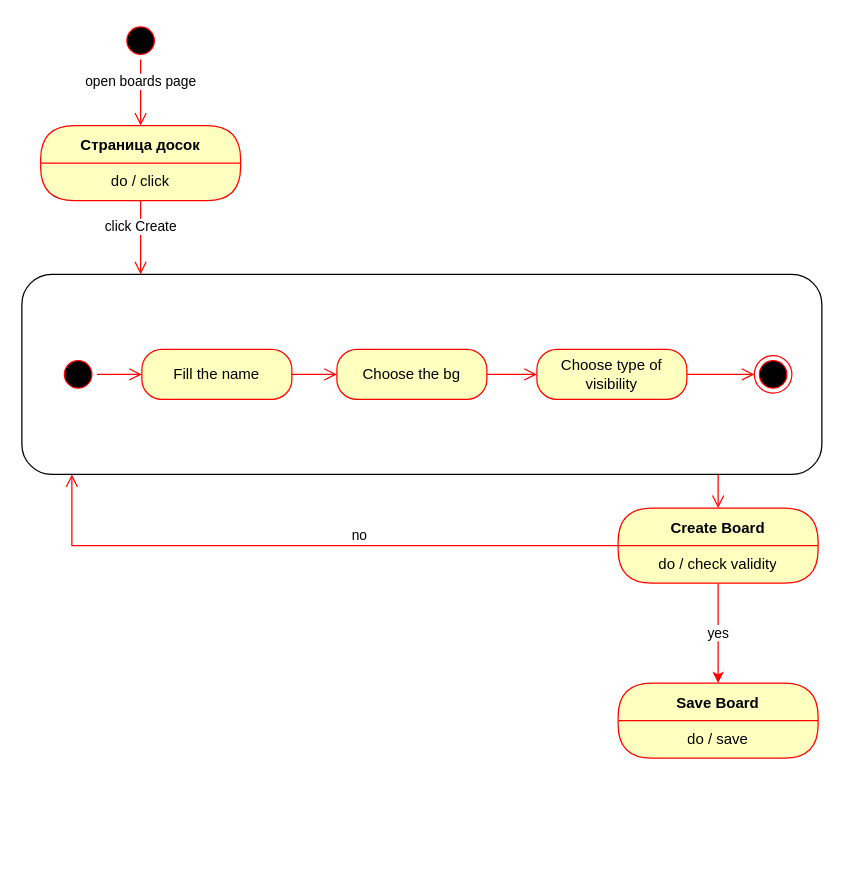
Earlier version of the draw.io diagram state.drawio (StanEkso/kanban-projecting). Source tidied: cells renumbered, new cells numbered last; positions are measured from the earlier drawing's top-left corner, leaving out a move shared by most shapes. Both pictures are drawn from the tidied source at 125%, with x=0, y=0 at pixel (21, 21).
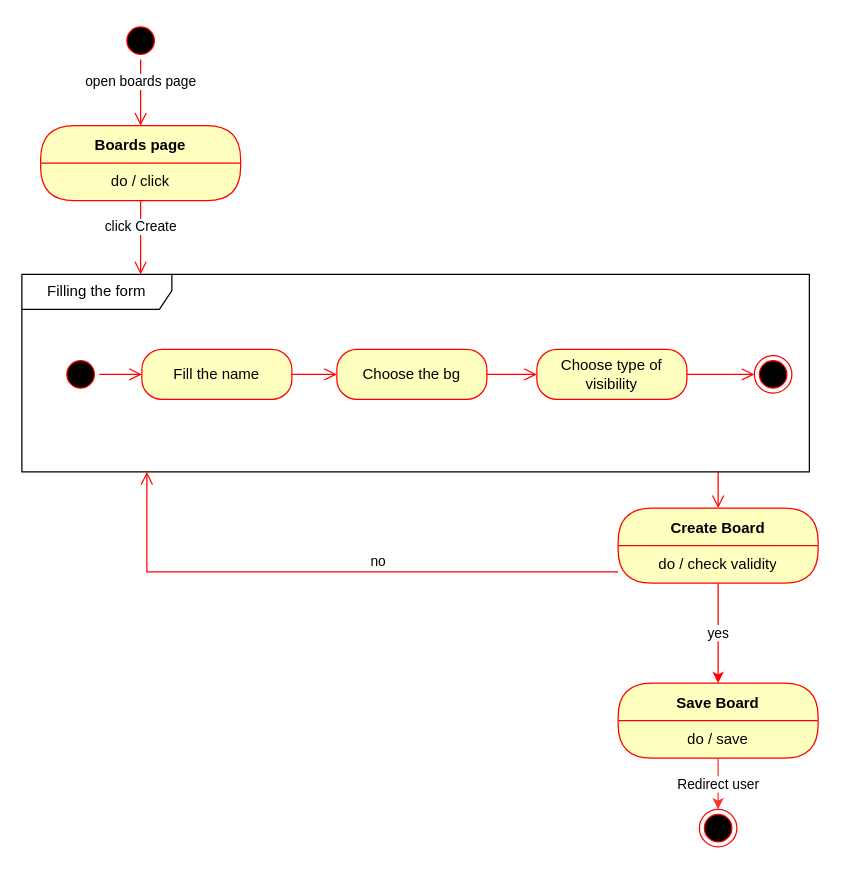
Above is the later version.

Commit message:
feat: finish state diagram

The change refers to these unchanged cells:
```xml
<mxCell id="18" value="Create Board" style="swimlane;fontStyle=1;align=center;verticalAlign=middle;horizontal=1;startSize=30;fontColor=#000000;rounded=1;arcSize=30;strokeColor=#ff0000;fillColor=#ffffc0;swimlaneFillColor=#ffffc0;" parent="1" vertex="1">
  <mxGeometry x="477" y="389" width="160" height="60" as="geometry" />
</mxCell>
<mxCell id="24" value="do / save" style="text;html=1;strokeColor=none;fillColor=none;align=center;verticalAlign=middle;spacingLeft=4;spacingRight=4;whiteSpace=wrap;overflow=hidden;fontColor=#000000;" parent="23" vertex="1">
  <mxGeometry y="30" width="160" height="30" as="geometry" />
</mxCell>
```

The edit, as a diff of the source:
```diff
@@
-    <mxCell id="2" value="Страница досок" style="swimlane;fontStyle=1;align=center;verticalAlign=middle;horizontal=1;startSize=30;fontColor=#000000;rounded=1;arcSize=30;strokeColor=#ff0000;fillColor=#ffffc0;swimlaneFillColor=#ffffc0;" parent="1" vertex="1">
+    <mxCell id="2" value="Boards page" style="swimlane;fontStyle=1;align=center;verticalAlign=middle;horizontal=1;startSize=30;fontColor=#000000;rounded=1;arcSize=30;strokeColor=#ff0000;fillColor=#ffffc0;swimlaneFillColor=#ffffc0;" parent="1" vertex="1">
       <mxGeometry x="15" y="83" width="160" height="60" as="geometry" />
     </mxCell>
@@
-    <mxCell id="4" value="click Create" style="edgeStyle=orthogonalEdgeStyle;html=1;verticalAlign=bottom;endArrow=open;endSize=8;strokeColor=#ff0000;rounded=0;" parent="1" edge="1" source="2" target="7">
+    <mxCell id="4" value="click Create" style="edgeStyle=orthogonalEdgeStyle;html=1;verticalAlign=bottom;endArrow=open;endSize=8;strokeColor=#ff0000;rounded=0;" parent="1" edge="1" source="2">
       <mxGeometry relative="1" as="geometry">
+        <mxPoint x="95" y="202" as="targetPoint" />
         <Array as="points">
           <mxPoint x="95" y="190" />
           <mxPoint x="95" y="190" />
         </Array>
       </mxGeometry>
     </mxCell>
@@
-    <mxCell id="7" style="rounded=1;whiteSpace=wrap;html=1;fillColor=none;" parent="1" vertex="1">
-      <mxGeometry y="202" width="640" height="160" as="geometry" />
-    </mxCell>
     <mxCell id="8" style="ellipse;html=1;shape=startState;fillColor=#000000;strokeColor=#ff0000;" parent="1" vertex="1">
-      <mxGeometry x="30" y="267" width="30" height="30" as="geometry" />
+      <mxGeometry x="32" y="267" width="30" height="30" as="geometry" />
     </mxCell>
@@
-    <mxCell id="21" value="no" style="edgeStyle=orthogonalEdgeStyle;html=1;verticalAlign=bottom;endArrow=open;endSize=8;strokeColor=#ff0000;rounded=0;" parent="1" edge="1" source="18" target="7">
+    <mxCell id="21" value="no" style="edgeStyle=orthogonalEdgeStyle;html=1;verticalAlign=bottom;endArrow=open;endSize=8;strokeColor=#ff0000;rounded=0;" parent="1" edge="1" source="18" target="28">
       <mxGeometry x="-0.16" y="1" relative="1" as="geometry">
         <Array as="points">
-          <mxPoint x="40" y="419" />
+          <mxPoint x="100" y="440" />
         </Array>
       </mxGeometry>
     </mxCell>
-    <mxCell id="22" style="edgeStyle=orthogonalEdgeStyle;html=1;verticalAlign=bottom;endArrow=open;endSize=8;strokeColor=#ff0000;rounded=0;" parent="1" edge="1" source="7" target="18">
+    <mxCell id="22" style="edgeStyle=orthogonalEdgeStyle;html=1;verticalAlign=bottom;endArrow=open;endSize=8;strokeColor=#ff0000;rounded=0;" parent="1" edge="1" source="28" target="18">
       <mxGeometry relative="1" as="geometry">
         <Array as="points">
-          <mxPoint x="557" y="383" />
-          <mxPoint x="557" y="383" />
+          <mxPoint x="557" y="370" />
+          <mxPoint x="557" y="370" />
         </Array>
       </mxGeometry>
     </mxCell>
@@
+    <mxCell id="26" value="Redirect user" style="edgeStyle=orthogonalEdgeStyle;rounded=0;jettySize=auto;html=1;strokeColor=#FF3333;" parent="1" edge="1" source="24" target="27">
+      <mxGeometry relative="1" as="geometry" />
+    </mxCell>
+    <mxCell id="27" style="ellipse;html=1;shape=endState;fillColor=#000000;strokeColor=#ff0000;" parent="1" vertex="1">
+      <mxGeometry x="542" y="630" width="30" height="30" as="geometry" />
+    </mxCell>
+    <mxCell id="28" value="Filling the form" style="shape=umlFrame;whiteSpace=wrap;html=1;width=120;height=28;" parent="1" vertex="1">
+      <mxGeometry y="202" width="630" height="158" as="geometry" />
+    </mxCell>
```
